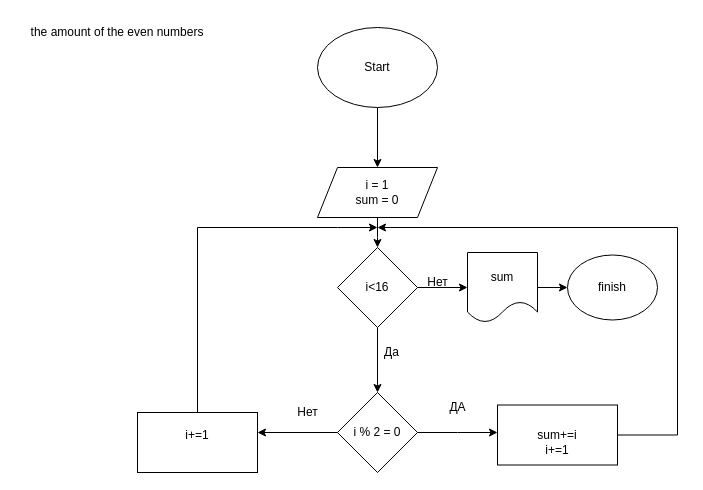
This is page "Exe5:the amount of the numbers" (5 of 7) of Диаграмма без названия.drawio from Dioneer/Flowcharts, a draw.io file, before an edit. Source tidied: cells renumbered, new cells numbered last; positions are measured from the earlier drawing's top-left corner, leaving out a move shared by most shapes. Both pictures are drawn from the tidied source at 100%, with x=0, y=0 at pixel (17, 17).
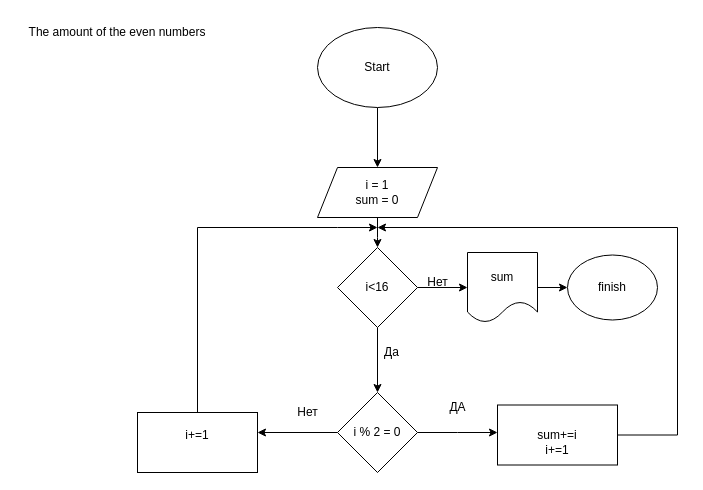
Above is the later version.

Change to the diagram source:
```diff
@@
-    <mxCell id="20" value="the amount of the even numbers" style="text;html=1;strokeColor=none;fillColor=none;align=center;verticalAlign=middle;whiteSpace=wrap;rounded=0;" parent="1" vertex="1">
+    <mxCell id="20" value="The amount of the even numbers" style="text;html=1;strokeColor=none;fillColor=none;align=center;verticalAlign=middle;whiteSpace=wrap;rounded=0;" parent="1" vertex="1">
       <mxGeometry width="200" height="30" as="geometry" />
     </mxCell>
```
